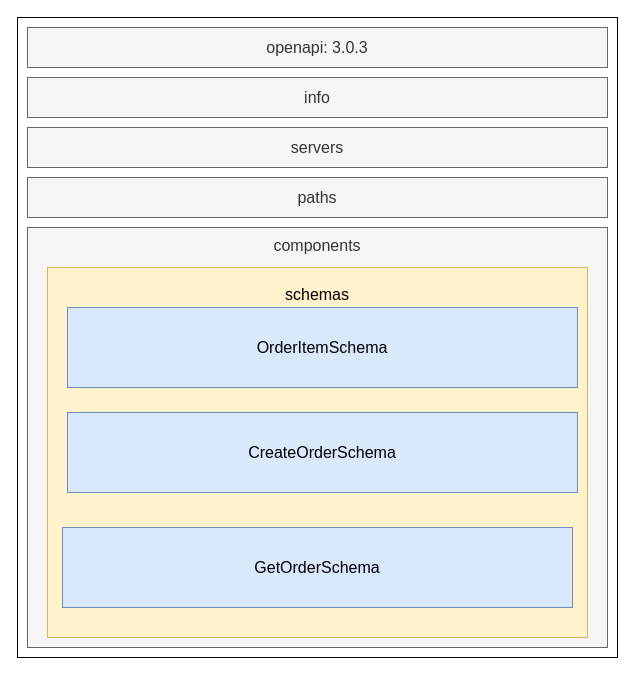
Above: page "2.9" (10 of 12) of ch02.drawio in abunuwas/microservices-apis-img (draw.io), before the change. Source tidied: cells renumbered, new cells numbered last; positions are measured from the earlier drawing's top-left corner, leaving out a move shared by most shapes. Both pictures are drawn from the tidied source at 100%, with x=0, y=0 at pixel (17, 17).
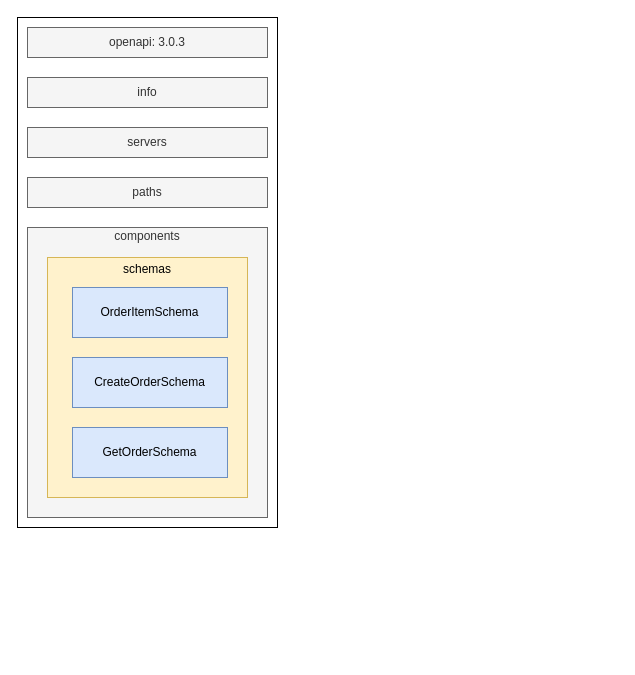
After the change.

Diff of the diagram source:
```diff
@@
 <mxGraphModel>
   <root>
     <mxCell id="0" />
     <mxCell id="1" parent="0" />
-    <mxCell id="2" style="rounded=0;whiteSpace=wrap;html=1;strokeColor=#000000;strokeWidth=1;" parent="1" vertex="1">
-      <mxGeometry width="600" height="640" as="geometry" />
+    <mxCell id="2" style="rounded=0;whiteSpace=wrap;html=1;strokeColor=#000000;strokeWidth=1;fontSize=12;" parent="1" vertex="1">
+      <mxGeometry width="260" height="510" as="geometry" />
     </mxCell>
-    <mxCell id="3" value="&lt;div&gt;&lt;font style=&quot;font-size: 16px&quot;&gt;openapi: 3.0.3&lt;/font&gt;&lt;/div&gt;" style="text;html=1;fillColor=#f5f5f5;align=center;verticalAlign=middle;whiteSpace=wrap;rounded=0;strokeColor=#666666;fontColor=#333333;" parent="1" vertex="1">
-      <mxGeometry x="10" y="10" width="580" height="40" as="geometry" />
+    <mxCell id="3" value="&lt;div style=&quot;font-size: 12px;&quot;&gt;&lt;font style=&quot;font-size: 12px;&quot;&gt;openapi: 3.0.3&lt;/font&gt;&lt;/div&gt;" style="text;html=1;fillColor=#f5f5f5;align=center;verticalAlign=middle;whiteSpace=wrap;rounded=0;strokeColor=#666666;fontColor=#333333;fontSize=12;" parent="1" vertex="1">
+      <mxGeometry x="10" y="10" width="240" height="30" as="geometry" />
     </mxCell>
-    <mxCell id="4" value="&lt;div&gt;&lt;font style=&quot;font-size: 16px&quot;&gt;info&lt;/font&gt;&lt;/div&gt;" style="text;html=1;fillColor=#f5f5f5;align=center;verticalAlign=middle;whiteSpace=wrap;rounded=0;strokeColor=#666666;fontColor=#333333;" parent="1" vertex="1">
-      <mxGeometry x="10" y="60" width="580" height="40" as="geometry" />
+    <mxCell id="4" value="&lt;div style=&quot;font-size: 12px;&quot;&gt;&lt;font style=&quot;font-size: 12px;&quot;&gt;info&lt;/font&gt;&lt;/div&gt;" style="text;html=1;fillColor=#f5f5f5;align=center;verticalAlign=middle;whiteSpace=wrap;rounded=0;strokeColor=#666666;fontColor=#333333;fontSize=12;" parent="1" vertex="1">
+      <mxGeometry x="10" y="60" width="240" height="30" as="geometry" />
     </mxCell>
-    <mxCell id="5" value="&lt;div&gt;&lt;font style=&quot;font-size: 16px&quot;&gt;servers&lt;/font&gt;&lt;/div&gt;" style="text;html=1;fillColor=#f5f5f5;align=center;verticalAlign=middle;whiteSpace=wrap;rounded=0;strokeColor=#666666;fontColor=#333333;" parent="1" vertex="1">
-      <mxGeometry x="10" y="110" width="580" height="40" as="geometry" />
+    <mxCell id="5" value="&lt;div style=&quot;font-size: 12px;&quot;&gt;&lt;font style=&quot;font-size: 12px;&quot;&gt;servers&lt;/font&gt;&lt;/div&gt;" style="text;html=1;fillColor=#f5f5f5;align=center;verticalAlign=middle;whiteSpace=wrap;rounded=0;strokeColor=#666666;fontColor=#333333;fontSize=12;" parent="1" vertex="1">
+      <mxGeometry x="10" y="110" width="240" height="30" as="geometry" />
     </mxCell>
-    <mxCell id="6" value="&lt;div&gt;&lt;font style=&quot;font-size: 16px&quot;&gt;paths&lt;/font&gt;&lt;/div&gt;" style="text;html=1;fillColor=#f5f5f5;align=center;verticalAlign=middle;whiteSpace=wrap;rounded=0;strokeColor=#666666;fontColor=#333333;" parent="1" vertex="1">
-      <mxGeometry x="10" y="160" width="580" height="40" as="geometry" />
+    <mxCell id="6" value="&lt;div style=&quot;font-size: 12px;&quot;&gt;&lt;font style=&quot;font-size: 12px;&quot;&gt;paths&lt;/font&gt;&lt;/div&gt;" style="text;html=1;fillColor=#f5f5f5;align=center;verticalAlign=middle;whiteSpace=wrap;rounded=0;strokeColor=#666666;fontColor=#333333;fontSize=12;" parent="1" vertex="1">
+      <mxGeometry x="10" y="160" width="240" height="30" as="geometry" />
     </mxCell>
-    <mxCell id="7" value="&lt;div&gt;&lt;font style=&quot;font-size: 16px&quot;&gt;components&lt;/font&gt;&lt;/div&gt;&lt;div&gt;&lt;font style=&quot;font-size: 16px&quot;&gt;&lt;br&gt;&lt;/font&gt;&lt;/div&gt;&lt;div&gt;&lt;font style=&quot;font-size: 16px&quot;&gt;&lt;br&gt;&lt;/font&gt;&lt;/div&gt;&lt;div&gt;&lt;font style=&quot;font-size: 16px&quot;&gt;&lt;br&gt;&lt;/font&gt;&lt;/div&gt;&lt;div&gt;&lt;font style=&quot;font-size: 16px&quot;&gt;&lt;br&gt;&lt;/font&gt;&lt;/div&gt;&lt;div&gt;&lt;font style=&quot;font-size: 16px&quot;&gt;&lt;br&gt;&lt;/font&gt;&lt;/div&gt;&lt;div&gt;&lt;font style=&quot;font-size: 16px&quot;&gt;&lt;br&gt;&lt;/font&gt;&lt;/div&gt;&lt;div&gt;&lt;font style=&quot;font-size: 16px&quot;&gt;&lt;br&gt;&lt;/font&gt;&lt;/div&gt;&lt;div&gt;&lt;font style=&quot;font-size: 16px&quot;&gt;&lt;br&gt;&lt;/font&gt;&lt;/div&gt;&lt;div&gt;&lt;font style=&quot;font-size: 16px&quot;&gt;&lt;br&gt;&lt;/font&gt;&lt;/div&gt;&lt;div&gt;&lt;font style=&quot;font-size: 16px&quot;&gt;&lt;br&gt;&lt;/font&gt;&lt;/div&gt;&lt;div&gt;&lt;font style=&quot;font-size: 16px&quot;&gt;&lt;br&gt;&lt;/font&gt;&lt;/div&gt;&lt;div&gt;&lt;font style=&quot;font-size: 16px&quot;&gt;&lt;br&gt;&lt;/font&gt;&lt;/div&gt;&lt;div&gt;&lt;font style=&quot;font-size: 16px&quot;&gt;&lt;br&gt;&lt;/font&gt;&lt;/div&gt;&lt;div&gt;&lt;font style=&quot;font-size: 16px&quot;&gt;&lt;br&gt;&lt;/font&gt;&lt;/div&gt;&lt;div&gt;&lt;font style=&quot;font-size: 16px&quot;&gt;&lt;br&gt;&lt;/font&gt;&lt;/div&gt;&lt;div&gt;&lt;font style=&quot;font-size: 16px&quot;&gt;&lt;br&gt;&lt;/font&gt;&lt;/div&gt;&lt;div&gt;&lt;font style=&quot;font-size: 16px&quot;&gt;&lt;br&gt;&lt;/font&gt;&lt;/div&gt;&lt;div&gt;&lt;font style=&quot;font-size: 16px&quot;&gt;&lt;br&gt;&lt;/font&gt;&lt;/div&gt;&lt;div&gt;&lt;font style=&quot;font-size: 16px&quot;&gt;&lt;br&gt;&lt;/font&gt;&lt;/div&gt;&lt;div&gt;&lt;font style=&quot;font-size: 16px&quot;&gt;&lt;br&gt;&lt;/font&gt;&lt;/div&gt;" style="text;html=1;fillColor=#f5f5f5;align=center;verticalAlign=middle;whiteSpace=wrap;rounded=0;strokeColor=#666666;fontColor=#333333;" parent="1" vertex="1">
-      <mxGeometry x="10" y="210" width="580" height="420" as="geometry" />
+    <mxCell id="7" value="&lt;div style=&quot;font-size: 12px&quot;&gt;&lt;font style=&quot;font-size: 12px&quot;&gt;&lt;br&gt;&lt;/font&gt;&lt;/div&gt;&lt;div style=&quot;font-size: 12px&quot;&gt;&lt;font style=&quot;font-size: 12px&quot;&gt;components&lt;/font&gt;&lt;/div&gt;&lt;div style=&quot;font-size: 12px&quot;&gt;&lt;font style=&quot;font-size: 12px&quot;&gt;&lt;br style=&quot;font-size: 12px&quot;&gt;&lt;/font&gt;&lt;/div&gt;&lt;div style=&quot;font-size: 12px&quot;&gt;&lt;font style=&quot;font-size: 12px&quot;&gt;&lt;br style=&quot;font-size: 12px&quot;&gt;&lt;/font&gt;&lt;/div&gt;&lt;div style=&quot;font-size: 12px&quot;&gt;&lt;font style=&quot;font-size: 12px&quot;&gt;&lt;br style=&quot;font-size: 12px&quot;&gt;&lt;/font&gt;&lt;/div&gt;&lt;div style=&quot;font-size: 12px&quot;&gt;&lt;font style=&quot;font-size: 12px&quot;&gt;&lt;br style=&quot;font-size: 12px&quot;&gt;&lt;/font&gt;&lt;/div&gt;&lt;div style=&quot;font-size: 12px&quot;&gt;&lt;font style=&quot;font-size: 12px&quot;&gt;&lt;br style=&quot;font-size: 12px&quot;&gt;&lt;/font&gt;&lt;/div&gt;&lt;div style=&quot;font-size: 12px&quot;&gt;&lt;font style=&quot;font-size: 12px&quot;&gt;&lt;br style=&quot;font-size: 12px&quot;&gt;&lt;/font&gt;&lt;/div&gt;&lt;div style=&quot;font-size: 12px&quot;&gt;&lt;font style=&quot;font-size: 12px&quot;&gt;&lt;br style=&quot;font-size: 12px&quot;&gt;&lt;/font&gt;&lt;/div&gt;&lt;div style=&quot;font-size: 12px&quot;&gt;&lt;font style=&quot;font-size: 12px&quot;&gt;&lt;br style=&quot;font-size: 12px&quot;&gt;&lt;/font&gt;&lt;/div&gt;&lt;div style=&quot;font-size: 12px&quot;&gt;&lt;font style=&quot;font-size: 12px&quot;&gt;&lt;br style=&quot;font-size: 12px&quot;&gt;&lt;/font&gt;&lt;/div&gt;&lt;div style=&quot;font-size: 12px&quot;&gt;&lt;font style=&quot;font-size: 12px&quot;&gt;&lt;br style=&quot;font-size: 12px&quot;&gt;&lt;/font&gt;&lt;/div&gt;&lt;div style=&quot;font-size: 12px&quot;&gt;&lt;font style=&quot;font-size: 12px&quot;&gt;&lt;br style=&quot;font-size: 12px&quot;&gt;&lt;/font&gt;&lt;/div&gt;&lt;div style=&quot;font-size: 12px&quot;&gt;&lt;font style=&quot;font-size: 12px&quot;&gt;&lt;br style=&quot;font-size: 12px&quot;&gt;&lt;/font&gt;&lt;/div&gt;&lt;div style=&quot;font-size: 12px&quot;&gt;&lt;font style=&quot;font-size: 12px&quot;&gt;&lt;br style=&quot;font-size: 12px&quot;&gt;&lt;/font&gt;&lt;/div&gt;&lt;div style=&quot;font-size: 12px&quot;&gt;&lt;font style=&quot;font-size: 12px&quot;&gt;&lt;br style=&quot;font-size: 12px&quot;&gt;&lt;/font&gt;&lt;/div&gt;&lt;div style=&quot;font-size: 12px&quot;&gt;&lt;font style=&quot;font-size: 12px&quot;&gt;&lt;br style=&quot;font-size: 12px&quot;&gt;&lt;/font&gt;&lt;/div&gt;&lt;div style=&quot;font-size: 12px&quot;&gt;&lt;font style=&quot;font-size: 12px&quot;&gt;&lt;br style=&quot;font-size: 12px&quot;&gt;&lt;/font&gt;&lt;/div&gt;&lt;div style=&quot;font-size: 12px&quot;&gt;&lt;font style=&quot;font-size: 12px&quot;&gt;&lt;br style=&quot;font-size: 12px&quot;&gt;&lt;/font&gt;&lt;/div&gt;&lt;div style=&quot;font-size: 12px&quot;&gt;&lt;font style=&quot;font-size: 12px&quot;&gt;&lt;br style=&quot;font-size: 12px&quot;&gt;&lt;/font&gt;&lt;/div&gt;&lt;div style=&quot;font-size: 12px&quot;&gt;&lt;br&gt;&lt;/div&gt;&lt;div style=&quot;font-size: 12px&quot;&gt;&lt;br&gt;&lt;/div&gt;" style="text;html=1;fillColor=#f5f5f5;align=center;verticalAlign=middle;whiteSpace=wrap;rounded=0;strokeColor=#666666;fontColor=#333333;fontSize=12;" parent="1" vertex="1">
+      <mxGeometry x="10" y="210" width="240" height="290" as="geometry" />
     </mxCell>
-    <mxCell id="8" value="&lt;font style=&quot;font-size: 16px&quot;&gt;schemas&lt;/font&gt;&lt;br&gt;&lt;br&gt;&lt;br&gt;&lt;br&gt;&lt;br&gt;&lt;br&gt;&lt;br&gt;&lt;br&gt;&lt;br&gt;&lt;br&gt;&lt;br&gt;&lt;br&gt;&lt;br&gt;&lt;br&gt;&lt;br&gt;&lt;br&gt;&lt;br&gt;&lt;br&gt;&lt;br&gt;&lt;br&gt;&lt;br&gt;&lt;br&gt;&lt;br&gt;" style="text;html=1;align=center;verticalAlign=middle;whiteSpace=wrap;rounded=0;fillColor=#fff2cc;strokeColor=#d6b656;" parent="1" vertex="1">
-      <mxGeometry x="30" y="250" width="540" height="370" as="geometry" />
+    <mxCell id="8" value="&lt;font style=&quot;font-size: 12px&quot;&gt;schemas&lt;/font&gt;&lt;br style=&quot;font-size: 12px&quot;&gt;&lt;br style=&quot;font-size: 12px&quot;&gt;&lt;br style=&quot;font-size: 12px&quot;&gt;&lt;br style=&quot;font-size: 12px&quot;&gt;&lt;br style=&quot;font-size: 12px&quot;&gt;&lt;br style=&quot;font-size: 12px&quot;&gt;&lt;br style=&quot;font-size: 12px&quot;&gt;&lt;br style=&quot;font-size: 12px&quot;&gt;&lt;br style=&quot;font-size: 12px&quot;&gt;&lt;br style=&quot;font-size: 12px&quot;&gt;&lt;br style=&quot;font-size: 12px&quot;&gt;&lt;br style=&quot;font-size: 12px&quot;&gt;&lt;br style=&quot;font-size: 12px&quot;&gt;&lt;br style=&quot;font-size: 12px&quot;&gt;&lt;br&gt;&lt;br&gt;" style="text;html=1;align=center;verticalAlign=middle;whiteSpace=wrap;rounded=0;fillColor=#fff2cc;strokeColor=#d6b656;fontSize=12;" parent="1" vertex="1">
+      <mxGeometry x="30" y="240" width="200" height="240" as="geometry" />
     </mxCell>
-    <mxCell id="9" value="&lt;font style=&quot;font-size: 16px&quot;&gt;OrderItemSchema&lt;/font&gt;" style="text;html=1;fillColor=#dae8fc;align=center;verticalAlign=middle;whiteSpace=wrap;rounded=0;strokeColor=#6c8ebf;" parent="1" vertex="1">
-      <mxGeometry x="50" y="290" width="510" height="80" as="geometry" />
+    <mxCell id="9" value="&lt;font style=&quot;font-size: 12px;&quot;&gt;OrderItemSchema&lt;/font&gt;" style="text;html=1;fillColor=#dae8fc;align=center;verticalAlign=middle;whiteSpace=wrap;rounded=0;strokeColor=#6c8ebf;fontSize=12;" parent="1" vertex="1">
+      <mxGeometry x="55" y="270" width="155" height="50" as="geometry" />
     </mxCell>
-    <mxCell id="10" value="&lt;font style=&quot;font-size: 16px&quot;&gt;CreateOrderSchema&lt;/font&gt;" style="text;html=1;fillColor=#dae8fc;align=center;verticalAlign=middle;whiteSpace=wrap;rounded=0;strokeColor=#6c8ebf;" parent="1" vertex="1">
-      <mxGeometry x="50" y="395" width="510" height="80" as="geometry" />
+    <mxCell id="10" value="&lt;font style=&quot;font-size: 12px;&quot;&gt;CreateOrderSchema&lt;/font&gt;" style="text;html=1;fillColor=#dae8fc;align=center;verticalAlign=middle;whiteSpace=wrap;rounded=0;strokeColor=#6c8ebf;fontSize=12;" parent="1" vertex="1">
+      <mxGeometry x="55" y="340" width="155" height="50" as="geometry" />
     </mxCell>
-    <mxCell id="11" value="&lt;font style=&quot;font-size: 16px&quot;&gt;GetOrderSchema&lt;/font&gt;" style="text;html=1;fillColor=#dae8fc;align=center;verticalAlign=middle;whiteSpace=wrap;rounded=0;strokeColor=#6c8ebf;" parent="1" vertex="1">
-      <mxGeometry x="45" y="510" width="510" height="80" as="geometry" />
+    <mxCell id="11" value="&lt;font style=&quot;font-size: 12px;&quot;&gt;GetOrderSchema&lt;/font&gt;" style="text;html=1;fillColor=#dae8fc;align=center;verticalAlign=middle;whiteSpace=wrap;rounded=0;strokeColor=#6c8ebf;fontSize=12;" parent="1" vertex="1">
+      <mxGeometry x="55" y="410" width="155" height="50" as="geometry" />
     </mxCell>
   </root>
 </mxGraphModel>
```
